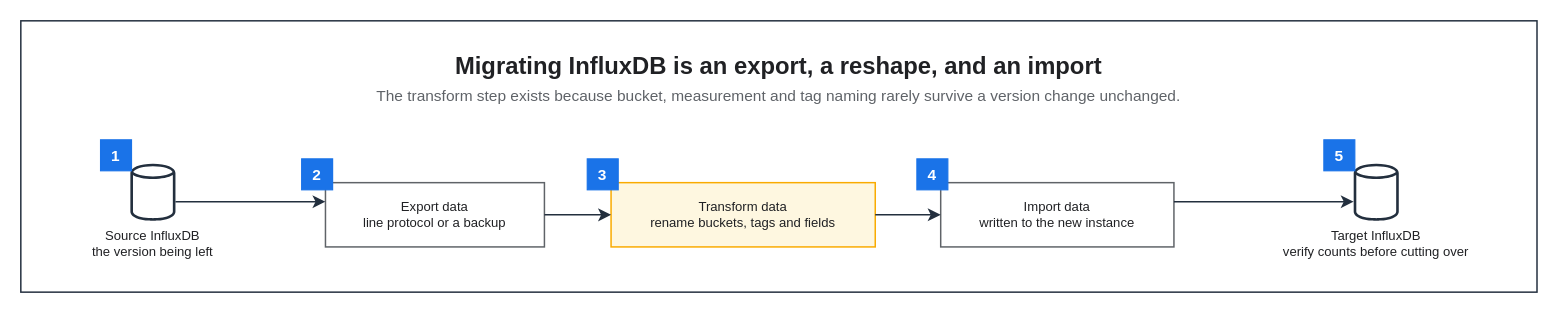
Earlier version of the draw.io diagram assets/img/database/influxdb-migration-flow.drawio (KKamJi98/kkamji98.github.io). Source tidied: cells renumbered, new cells numbered last; positions are measured from the earlier drawing's top-left corner, leaving out a move shared by most shapes. Both pictures are drawn from the tidied source at 119%, with x=0, y=0 at pixel (20, 20).
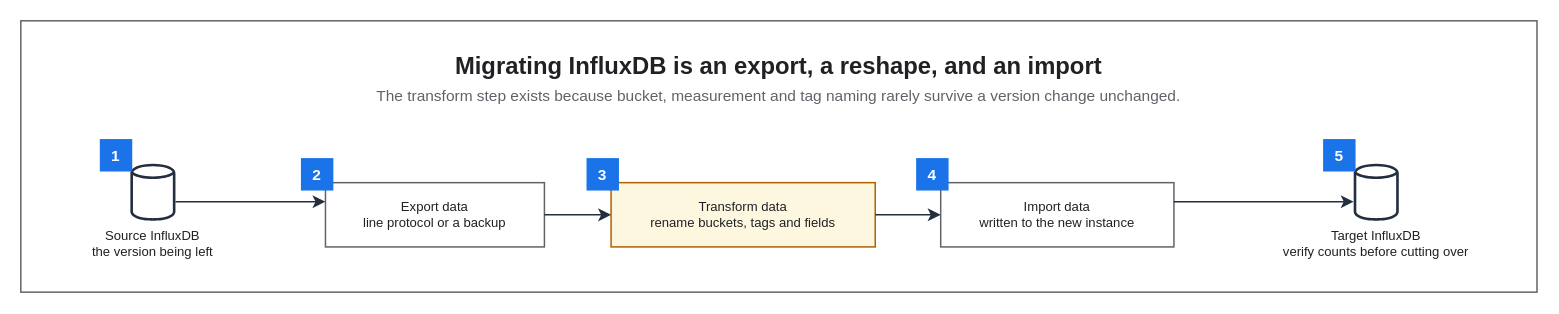
After the change.

Diff of the diagram source:
```diff
@@
 <mxGraphModel background="#FFFFFF">
   <root>
     <mxCell id="0" />
     <mxCell id="1" parent="0" />
-    <mxCell id="2" style="rounded=0;html=0;fillColor=none;strokeColor=#232F3E;fontColor=#202124;strokeWidth=1.25;" parent="1" vertex="1">
+    <mxCell id="2" style="rounded=0;html=0;fillColor=none;strokeColor=#5F6368;fontColor=#202124;strokeWidth=1.25;" parent="1" vertex="1">
       <mxGeometry width="1274.1" height="228" as="geometry" />
     </mxCell>
     <mxCell id="3" value="Migrating InfluxDB is an export, a reshape, and an import" style="text;html=0;whiteSpace=wrap;fillColor=none;strokeColor=none;fontColor=#202124;fontSize=20;fontStyle=1;align=center;verticalAlign=middle;" parent="1" vertex="1">
       <mxGeometry x="22" y="22" width="1230.1" height="30" as="geometry" />
     </mxCell>
     <mxCell id="4" value="The transform step exists because bucket, measurement and tag naming rarely survive a version change unchanged." style="text;html=0;whiteSpace=wrap;fillColor=none;strokeColor=none;fontColor=#5F6368;fontSize=13;fontStyle=0;align=center;verticalAlign=middle;" parent="1" vertex="1">
       <mxGeometry x="22" y="52" width="1230.1" height="22" as="geometry" />
     </mxCell>
     <mxCell id="5" value="Source InfluxDB&#10;the version being left" style="sketch=0;outlineConnect=0;gradientColor=none;html=0;whiteSpace=nowrap;fontSize=11;fontStyle=0;fontColor=#202124;verticalLabelPosition=bottom;verticalAlign=top;align=center;labelBackgroundColor=none;fillColor=#232F3E;strokeColor=none;dashed=0;shape=mxgraph.aws4.generic_database;" parent="1" vertex="1">
       <mxGeometry x="87" y="120" width="48" height="48" as="geometry" />
     </mxCell>
     <mxCell id="6" value="Export data&#10;line protocol or a backup" style="rounded=0;whiteSpace=wrap;html=0;fillColor=#FFFFFF;strokeColor=#5F6368;fontColor=#202124;fontSize=11;fontStyle=0;align=center;verticalAlign=middle;spacingLeft=6;spacingRight=6;strokeWidth=1.25;" parent="1" vertex="1">
       <mxGeometry x="256" y="136" width="184" height="54" as="geometry" />
     </mxCell>
-    <mxCell id="7" value="Transform data&#10;rename buckets, tags and fields" style="rounded=0;whiteSpace=wrap;html=0;fillColor=#FEF7E0;strokeColor=#F9AB00;fontColor=#202124;fontSize=11;fontStyle=0;align=center;verticalAlign=middle;spacingLeft=6;spacingRight=6;strokeWidth=1.25;" parent="1" vertex="1">
+    <mxCell id="7" value="Transform data&#10;rename buckets, tags and fields" style="rounded=0;whiteSpace=wrap;html=0;fillColor=#FEF7E0;strokeColor=#B06000;fontColor=#202124;fontSize=11;fontStyle=0;align=center;verticalAlign=middle;spacingLeft=6;spacingRight=6;strokeWidth=1.25;" parent="1" vertex="1">
       <mxGeometry x="496" y="136" width="222" height="54" as="geometry" />
     </mxCell>
     <mxCell id="8" value="Import data&#10;written to the new instance" style="rounded=0;whiteSpace=wrap;html=0;fillColor=#FFFFFF;strokeColor=#5F6368;fontColor=#202124;fontSize=11;fontStyle=0;align=center;verticalAlign=middle;spacingLeft=6;spacingRight=6;strokeWidth=1.25;" parent="1" vertex="1">
       <mxGeometry x="773" y="136" width="196" height="54" as="geometry" />
     </mxCell>
     <mxCell id="9" value="Target InfluxDB&#10;verify counts before cutting over" style="sketch=0;outlineConnect=0;gradientColor=none;html=0;whiteSpace=nowrap;fontSize=11;fontStyle=0;fontColor=#202124;verticalLabelPosition=bottom;verticalAlign=top;align=center;labelBackgroundColor=none;fillColor=#232F3E;strokeColor=none;dashed=0;shape=mxgraph.aws4.generic_database;" parent="1" vertex="1">
       <mxGeometry x="1115" y="120" width="48" height="48" as="geometry" />
     </mxCell>
-    <mxCell id="10" value="1" style="rounded=0;whiteSpace=wrap;html=0;fillColor=#1A73E8;strokeColor=#1A73E8;fontColor=#FFFFFF;fontSize=13;fontStyle=1;align=center;verticalAlign=middle;" parent="1" vertex="1">
+    <mxCell id="10" value="1" style="rounded=0;whiteSpace=wrap;html=0;fillColor=#1A73E8;strokeColor=#1A73E8;fontColor=#FFFFFF;fontSize=13;fontStyle=1;align=center;verticalAlign=middle;strokeWidth=1.25;" parent="1" vertex="1">
       <mxGeometry x="67" y="100" width="26" height="26" as="geometry" />
     </mxCell>
-    <mxCell id="11" value="2" style="rounded=0;whiteSpace=wrap;html=0;fillColor=#1A73E8;strokeColor=#1A73E8;fontColor=#FFFFFF;fontSize=13;fontStyle=1;align=center;verticalAlign=middle;" parent="1" vertex="1">
+    <mxCell id="11" value="2" style="rounded=0;whiteSpace=wrap;html=0;fillColor=#1A73E8;strokeColor=#1A73E8;fontColor=#FFFFFF;fontSize=13;fontStyle=1;align=center;verticalAlign=middle;strokeWidth=1.25;" parent="1" vertex="1">
       <mxGeometry x="236" y="116" width="26" height="26" as="geometry" />
     </mxCell>
-    <mxCell id="12" value="3" style="rounded=0;whiteSpace=wrap;html=0;fillColor=#1A73E8;strokeColor=#1A73E8;fontColor=#FFFFFF;fontSize=13;fontStyle=1;align=center;verticalAlign=middle;" parent="1" vertex="1">
+    <mxCell id="12" value="3" style="rounded=0;whiteSpace=wrap;html=0;fillColor=#1A73E8;strokeColor=#1A73E8;fontColor=#FFFFFF;fontSize=13;fontStyle=1;align=center;verticalAlign=middle;strokeWidth=1.25;" parent="1" vertex="1">
       <mxGeometry x="476" y="116" width="26" height="26" as="geometry" />
     </mxCell>
-    <mxCell id="13" value="4" style="rounded=0;whiteSpace=wrap;html=0;fillColor=#1A73E8;strokeColor=#1A73E8;fontColor=#FFFFFF;fontSize=13;fontStyle=1;align=center;verticalAlign=middle;" parent="1" vertex="1">
+    <mxCell id="13" value="4" style="rounded=0;whiteSpace=wrap;html=0;fillColor=#1A73E8;strokeColor=#1A73E8;fontColor=#FFFFFF;fontSize=13;fontStyle=1;align=center;verticalAlign=middle;strokeWidth=1.25;" parent="1" vertex="1">
       <mxGeometry x="753" y="116" width="26" height="26" as="geometry" />
     </mxCell>
-    <mxCell id="14" value="5" style="rounded=0;whiteSpace=wrap;html=0;fillColor=#1A73E8;strokeColor=#1A73E8;fontColor=#FFFFFF;fontSize=13;fontStyle=1;align=center;verticalAlign=middle;" parent="1" vertex="1">
+    <mxCell id="14" value="5" style="rounded=0;whiteSpace=wrap;html=0;fillColor=#1A73E8;strokeColor=#1A73E8;fontColor=#FFFFFF;fontSize=13;fontStyle=1;align=center;verticalAlign=middle;strokeWidth=1.25;" parent="1" vertex="1">
       <mxGeometry x="1095" y="100" width="26" height="26" as="geometry" />
     </mxCell>
     <mxCell id="15" style="edgeStyle=orthogonalEdgeStyle;rounded=0;html=0;strokeColor=#232F3E;strokeWidth=1.25;endArrow=classic;endFill=1;endSize=7;fontSize=11;fontColor=#202124;labelBackgroundColor=none;jettySize=14;exitX=1;exitY=0.6667;entryX=0;entryY=0.2963;exitDx=0;exitDy=0;entryDx=0;entryDy=0;" parent="1" edge="1" source="5" target="6">
       <mxGeometry relative="1" as="geometry" />
     </mxCell>
     <mxCell id="16" style="edgeStyle=orthogonalEdgeStyle;rounded=0;html=0;strokeColor=#232F3E;strokeWidth=1.25;endArrow=classic;endFill=1;endSize=7;fontSize=11;fontColor=#202124;labelBackgroundColor=none;jettySize=14;exitX=1;exitY=0.5;entryX=0;entryY=0.5;exitDx=0;exitDy=0;entryDx=0;entryDy=0;" parent="1" edge="1" source="6" target="7">
       <mxGeometry relative="1" as="geometry" />
     </mxCell>
     <mxCell id="17" style="edgeStyle=orthogonalEdgeStyle;rounded=0;html=0;strokeColor=#232F3E;strokeWidth=1.25;endArrow=classic;endFill=1;endSize=7;fontSize=11;fontColor=#202124;labelBackgroundColor=none;jettySize=14;exitX=1;exitY=0.5;entryX=0;entryY=0.5;exitDx=0;exitDy=0;entryDx=0;entryDy=0;" parent="1" edge="1" source="7" target="8">
       <mxGeometry relative="1" as="geometry" />
     </mxCell>
     <mxCell id="18" style="edgeStyle=orthogonalEdgeStyle;rounded=0;html=0;strokeColor=#232F3E;strokeWidth=1.25;endArrow=classic;endFill=1;endSize=7;fontSize=11;fontColor=#202124;labelBackgroundColor=none;jettySize=14;exitX=1;exitY=0.2963;entryX=0;entryY=0.6667;exitDx=0;exitDy=0;entryDx=0;entryDy=0;" parent="1" edge="1" source="8" target="9">
       <mxGeometry relative="1" as="geometry" />
     </mxCell>
   </root>
 </mxGraphModel>
```
